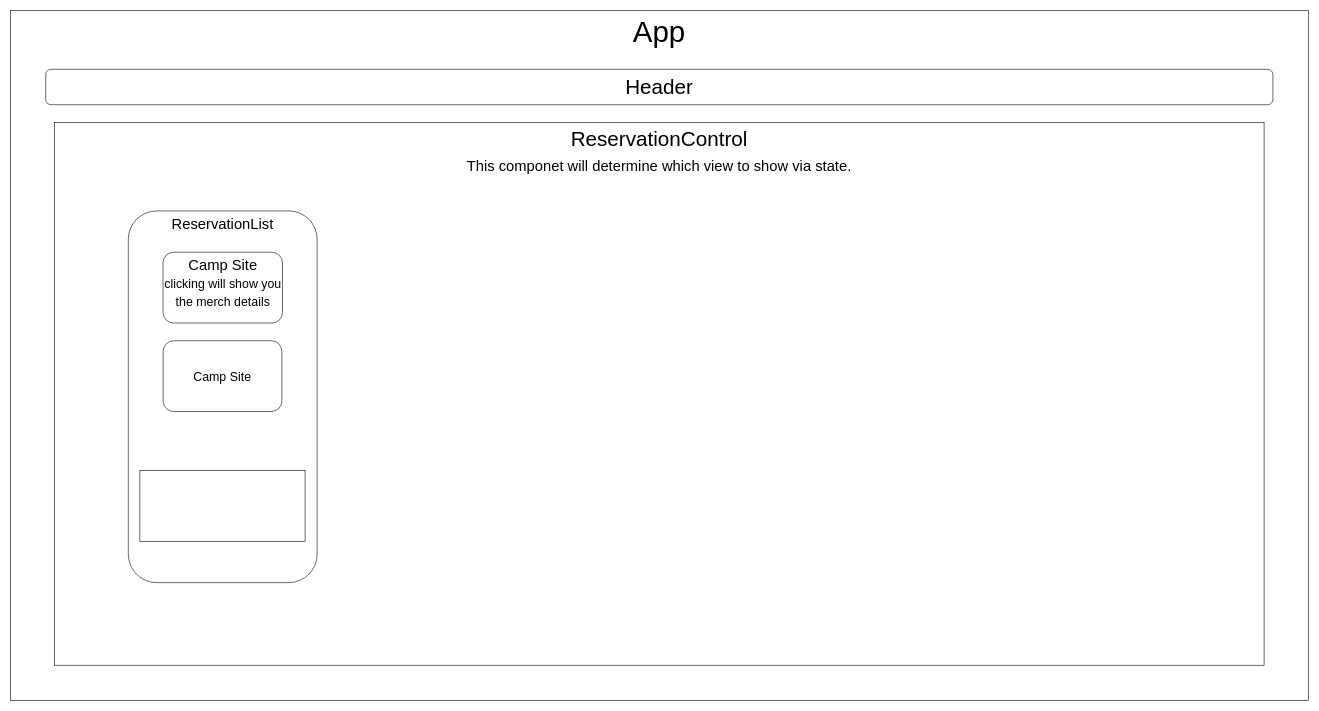
The draw.io diagram Diagram.drawio in maxwellalvord/Inventory-Tracker-React, before the edit. Source tidied: cells renumbered, new cells numbered last; positions are measured from the earlier drawing's top-left corner, leaving out a move shared by most shapes. Both pictures are drawn from the tidied source at 59%, with x=0, y=0 at pixel (10, 10).
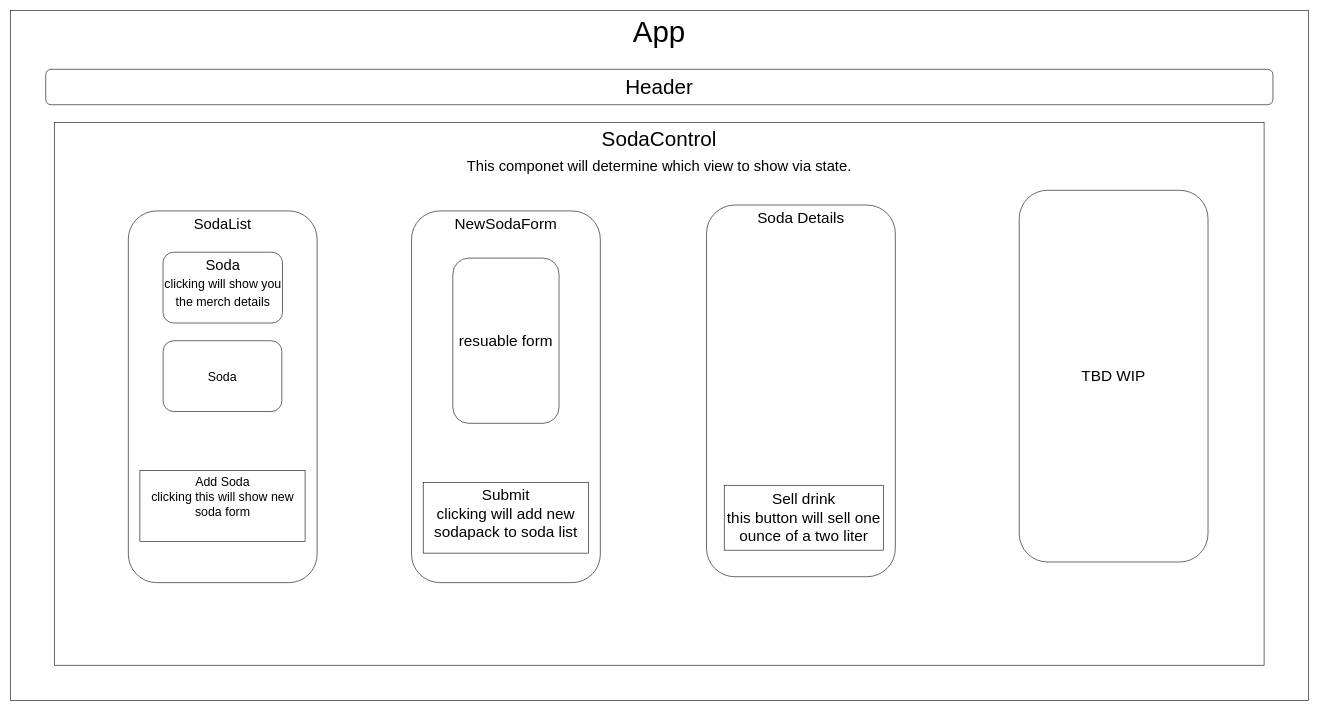
The same diagram, later.

Commit message (it also covers changes not shown here):
add mostly complete diagram fro application

Diff of the diagram source:
```diff
@@
 <mxGraphModel>
   <root>
     <mxCell id="0" />
     <mxCell id="1" parent="0" />
     <mxCell id="2" value="App" style="rounded=0;whiteSpace=wrap;html=1;verticalAlign=top;fontSize=50;" parent="1" vertex="1">
       <mxGeometry width="2200" height="1170" as="geometry" />
     </mxCell>
     <mxCell id="3" value="Header" style="rounded=1;whiteSpace=wrap;html=1;fontSize=35;" parent="1" vertex="1">
       <mxGeometry x="60" y="100" width="2080" height="60" as="geometry" />
     </mxCell>
-    <mxCell id="4" value="ReservationControl&lt;br style=&quot;font-size: 34px&quot;&gt;&lt;span style=&quot;font-size: 25px&quot;&gt;This componet will determine which view to show via state.&lt;/span&gt;" style="rounded=0;whiteSpace=wrap;html=1;fontSize=35;verticalAlign=top;" parent="1" vertex="1">
+    <mxCell id="4" value="SodaControl&lt;br style=&quot;font-size: 34px&quot;&gt;&lt;span style=&quot;font-size: 25px&quot;&gt;This componet will determine which view to show via state.&lt;/span&gt;" style="rounded=0;whiteSpace=wrap;html=1;fontSize=35;verticalAlign=top;" parent="1" vertex="1">
       <mxGeometry x="75" y="190" width="2050" height="920" as="geometry" />
     </mxCell>
-    <mxCell id="5" value="ReservationList" style="rounded=1;whiteSpace=wrap;html=1;fontSize=25;verticalAlign=top;" parent="1" vertex="1">
+    <mxCell id="5" value="SodaList" style="rounded=1;whiteSpace=wrap;html=1;fontSize=25;verticalAlign=top;" parent="1" vertex="1">
       <mxGeometry x="200" y="340" width="320" height="630" as="geometry" />
     </mxCell>
-    <mxCell id="6" value="Camp Site&lt;br&gt;&lt;font style=&quot;font-size: 21px&quot;&gt;clicking will show you the merch details&lt;/font&gt;" style="rounded=1;whiteSpace=wrap;html=1;fontSize=25;verticalAlign=top;" parent="1" vertex="1">
+    <mxCell id="6" value="Soda&lt;br&gt;&lt;font style=&quot;font-size: 21px&quot;&gt;clicking will show you the merch details&lt;/font&gt;" style="rounded=1;whiteSpace=wrap;html=1;fontSize=25;verticalAlign=top;" parent="1" vertex="1">
       <mxGeometry x="258.8" y="410" width="202.5" height="120" as="geometry" />
     </mxCell>
-    <mxCell id="7" value="Camp Site" style="rounded=1;whiteSpace=wrap;html=1;fontSize=21;" parent="1" vertex="1">
+    <mxCell id="7" value="Soda" style="rounded=1;whiteSpace=wrap;html=1;fontSize=21;" parent="1" vertex="1">
       <mxGeometry x="259" y="560" width="201.2" height="120" as="geometry" />
     </mxCell>
-    <mxCell id="8" style="rounded=0;whiteSpace=wrap;html=1;fontSize=21;verticalAlign=top;" parent="1" vertex="1">
+    <mxCell id="8" value="Add Soda&lt;br&gt;clicking this will show new soda form" style="rounded=0;whiteSpace=wrap;html=1;fontSize=21;verticalAlign=top;" parent="1" vertex="1">
       <mxGeometry x="219.6" y="780" width="280" height="120" as="geometry" />
     </mxCell>
+    <mxCell id="9" value="NewSodaForm" style="rounded=1;whiteSpace=wrap;html=1;fontSize=26;verticalAlign=top;" parent="1" vertex="1">
+      <mxGeometry x="680" y="340" width="320" height="630" as="geometry" />
+    </mxCell>
+    <mxCell id="10" value="resuable form" style="rounded=1;whiteSpace=wrap;html=1;fontSize=26;" parent="1" vertex="1">
+      <mxGeometry x="750" y="420" width="180" height="280" as="geometry" />
+    </mxCell>
+    <mxCell id="11" value="Submit&lt;br&gt;clicking will add new sodapack to soda list" style="rounded=0;whiteSpace=wrap;html=1;fontSize=26;verticalAlign=top;" parent="1" vertex="1">
+      <mxGeometry x="699.8" y="800" width="280.4" height="120" as="geometry" />
+    </mxCell>
+    <mxCell id="12" value="Soda Details" style="rounded=1;whiteSpace=wrap;html=1;fontSize=26;verticalAlign=top;" parent="1" vertex="1">
+      <mxGeometry x="1180" y="330" width="320" height="630" as="geometry" />
+    </mxCell>
+    <mxCell id="13" value="Sell drink&lt;br&gt;this button will sell one ounce of a two liter" style="rounded=0;whiteSpace=wrap;html=1;fontSize=26;" parent="1" vertex="1">
+      <mxGeometry x="1210" y="805" width="270.2" height="110" as="geometry" />
+    </mxCell>
+    <mxCell id="14" value="TBD WIP" style="rounded=1;whiteSpace=wrap;html=1;fontSize=26;verticalAlign=middle;" parent="1" vertex="1">
+      <mxGeometry x="1710" y="305" width="320" height="630" as="geometry" />
+    </mxCell>
   </root>
 </mxGraphModel>
```
